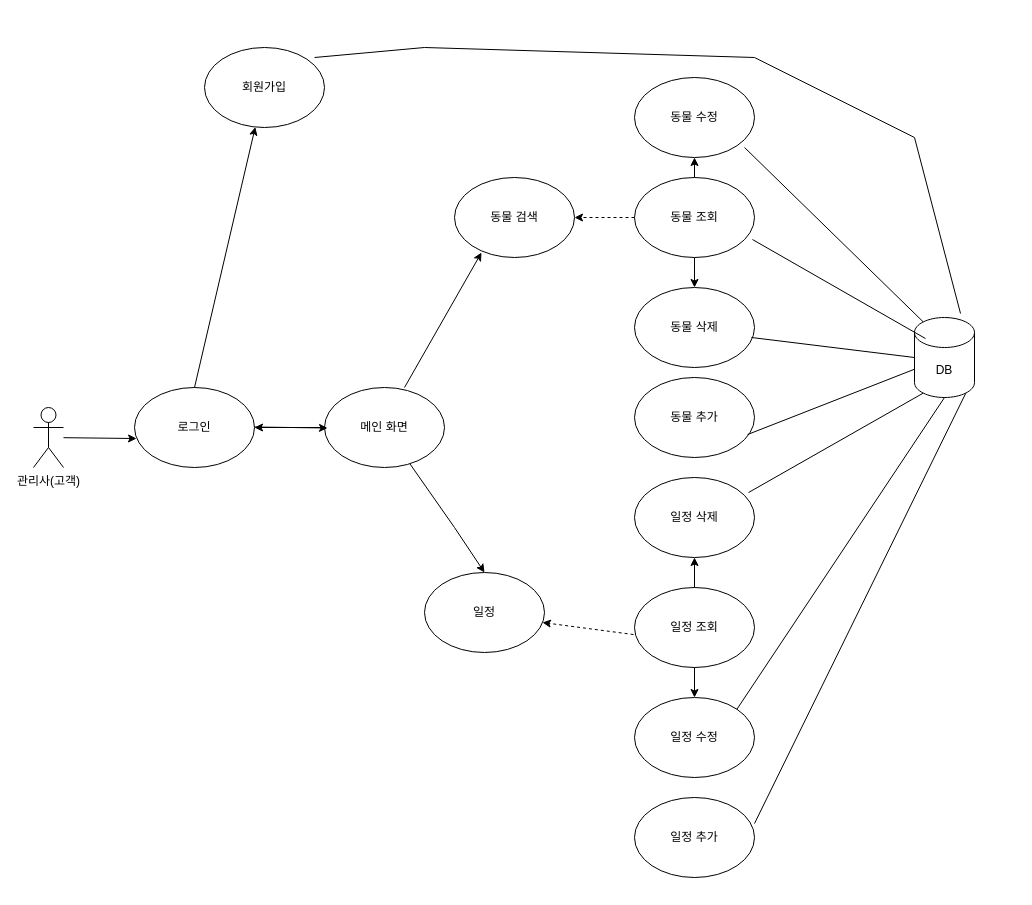
Before: 제목 없는 다이어그램.drawio in SongByungKwon/Frist-P, a draw.io diagram. Source tidied: cells renumbered, new cells numbered last; positions are measured from the earlier drawing's top-left corner, leaving out a move shared by most shapes. Both pictures are drawn from the tidied source at 100%, with x=0, y=0 at pixel (33, 47).
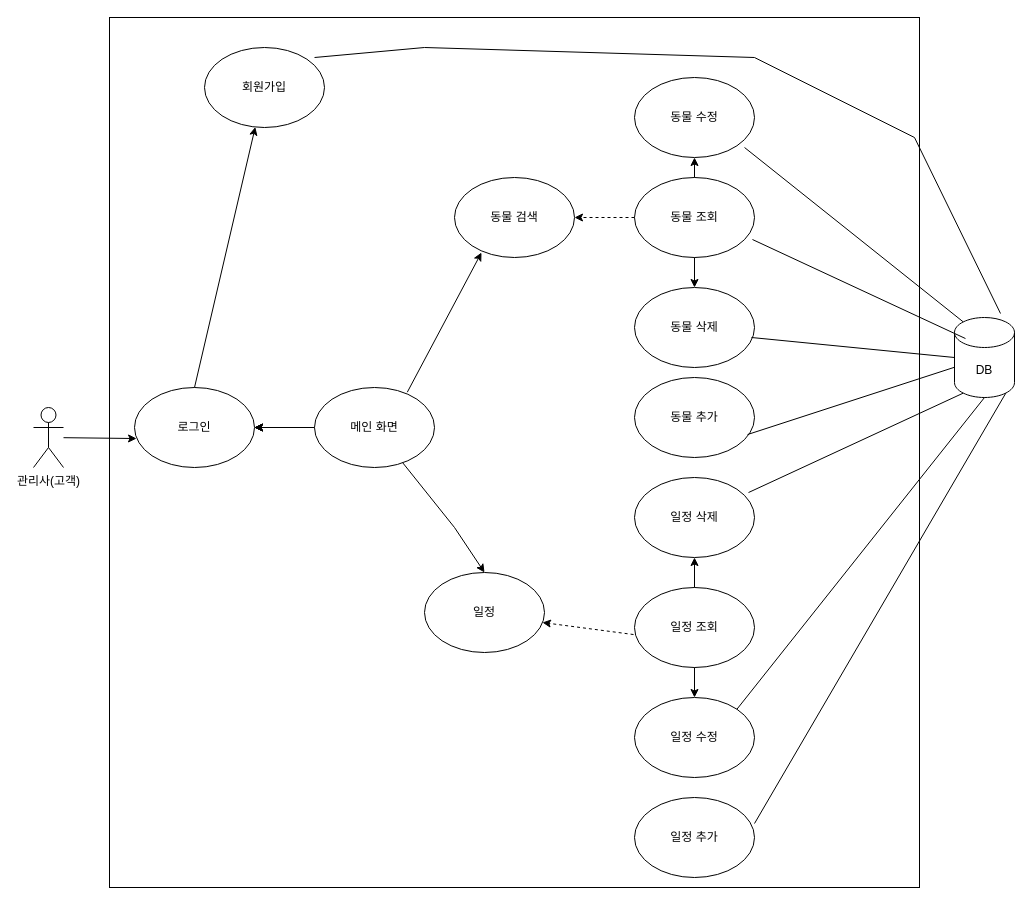
Above is the later version.

Commit message:
제목 없는 다이어그램.drawio 업데이트

Unchanged cells that the change refers to:
```xml
<mxCell id="4" value="로그인" style="ellipse;whiteSpace=wrap;html=1;" parent="1" vertex="1">
  <mxGeometry x="101" y="340" width="120" height="80" as="geometry" />
</mxCell>
<mxCell id="7" value="동물 검색" style="ellipse;whiteSpace=wrap;html=1;" parent="1" vertex="1">
  <mxGeometry x="421" y="130" width="120" height="80" as="geometry" />
</mxCell>
<mxCell id="23" value="일정 수정" style="ellipse;whiteSpace=wrap;html=1;" parent="1" vertex="1">
  <mxGeometry x="601" y="650" width="120" height="80" as="geometry" />
</mxCell>
```

Change to the diagram source:
```diff
@@
+    <mxCell id="37" style="edgeStyle=orthogonalEdgeStyle;rounded=0;jettySize=auto;html=1;" parent="1" edge="1" source="6" target="4">
+      <mxGeometry relative="1" as="geometry" />
+    </mxCell>
+    <mxCell id="38" style="edgeStyle=orthogonalEdgeStyle;rounded=0;jettySize=auto;html=1;" parent="1" edge="1" source="6" target="4">
+      <mxGeometry relative="1" as="geometry" />
+    </mxCell>
+    <mxCell id="39" style="edgeStyle=orthogonalEdgeStyle;rounded=0;jettySize=auto;html=1;" parent="1" edge="1" source="6" target="4">
+      <mxGeometry relative="1" as="geometry" />
+    </mxCell>
     <mxCell id="6" value="메인 화면" style="ellipse;whiteSpace=wrap;html=1;" parent="1" vertex="1">
-      <mxGeometry x="291" y="340" width="120" height="80" as="geometry" />
+      <mxGeometry x="281" y="340" width="120" height="80" as="geometry" />
     </mxCell>
@@
-    <mxCell id="14" style="endArrow=classic;html=1;rounded=0;exitX=1;exitY=1;exitDx=0;exitDy=0;exitPerimeter=0;entryX=0.017;entryY=0.638;entryDx=0;entryDy=0;entryPerimeter=0;" parent="1" edge="1">
-      <mxGeometry relative="1" as="geometry">
-        <mxPoint x="221" y="379.5" as="sourcePoint" />
-        <mxPoint x="294" y="380.5" as="targetPoint" />
-      </mxGeometry>
-    </mxCell>
@@
     <mxCell id="17" style="endArrow=classic;html=1;rounded=0;entryX=0.225;entryY=0.938;entryDx=0;entryDy=0;entryPerimeter=0;" parent="1" edge="1" target="7">
       <mxGeometry relative="1" as="geometry">
-        <mxPoint x="371" y="340" as="sourcePoint" />
+        <mxPoint x="373.8" y="344.7" as="sourcePoint" />
       </mxGeometry>
     </mxCell>
     <mxCell id="18" value="DB" style="shape=cylinder3;whiteSpace=wrap;html=1;boundedLbl=1;backgroundOutline=1;size=15;" parent="1" vertex="1">
-      <mxGeometry x="881" y="270" width="60" height="80" as="geometry" />
+      <mxGeometry x="921" y="270" width="60" height="80" as="geometry" />
     </mxCell>
@@
-    <mxCell id="24" style="endArrow=none;html=1;rounded=0;entryX=0.5;entryY=1;entryDx=0;entryDy=0;entryPerimeter=0;exitX=1;exitY=0;exitDx=0;exitDy=0;" parent="1" edge="1" source="23" target="18">
-      <mxGeometry relative="1" as="geometry" />
-    </mxCell>
@@
+    <mxCell id="40" style="rounded=0;whiteSpace=wrap;html=1;gradientColor=default;fillColor=none;strokeColor=default;" parent="1" vertex="1">
+      <mxGeometry x="76" y="-30" width="810" height="870" as="geometry" />
+    </mxCell>
+    <mxCell id="24" style="endArrow=none;html=1;rounded=0;entryX=0.5;entryY=1;entryDx=0;entryDy=0;entryPerimeter=0;exitX=1;exitY=0;exitDx=0;exitDy=0;" parent="1" edge="1" source="23" target="18">
+      <mxGeometry relative="1" as="geometry" />
+    </mxCell>
```
